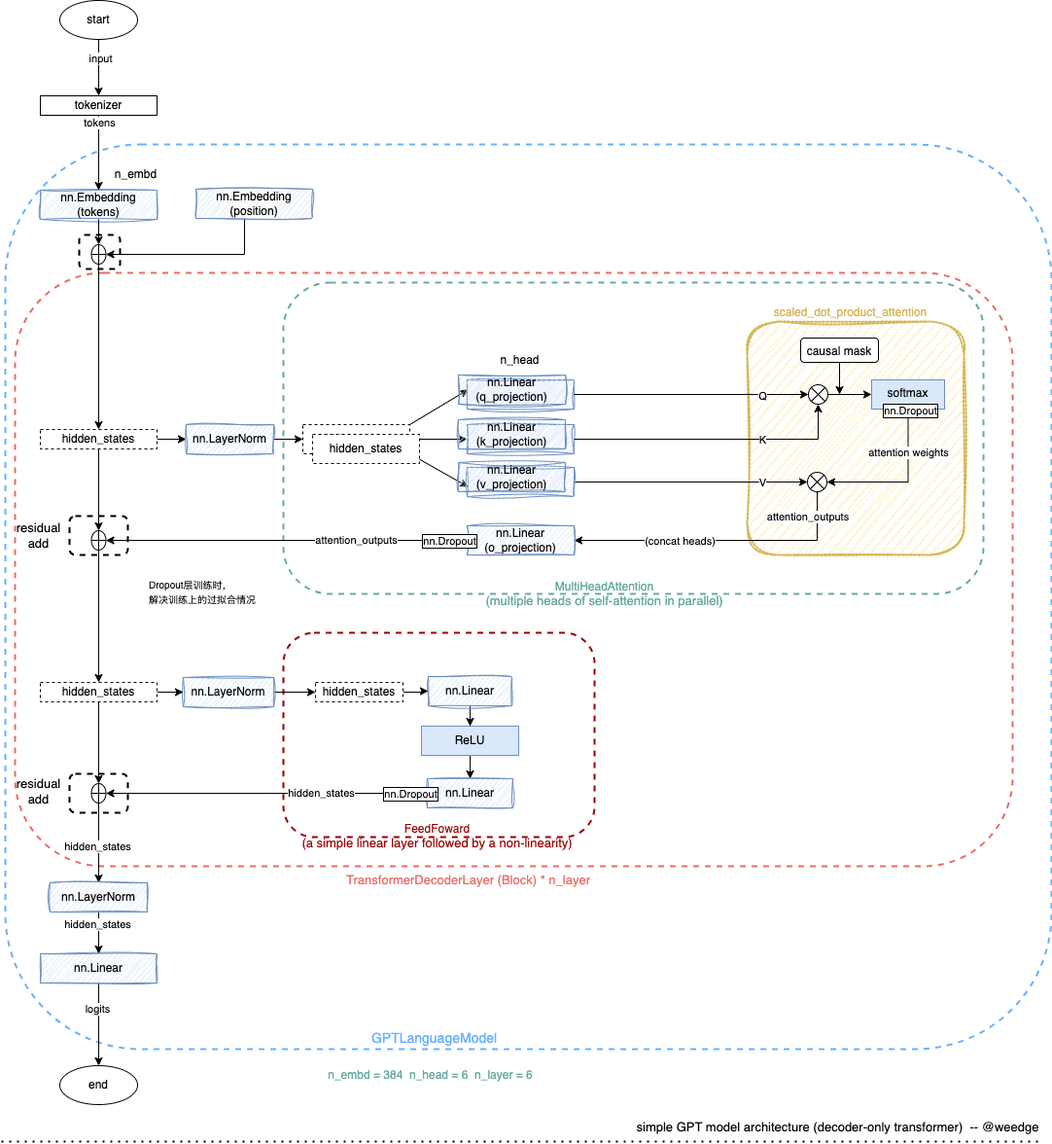
Earlier version of the draw.io export docs/simple-gpt.drawio.png (ai-bot-pro/baby-llm). Source tidied: cells renumbered, new cells last; positions are measured from the earlier drawing's top-left corner, leaving out a move shared by most shapes.
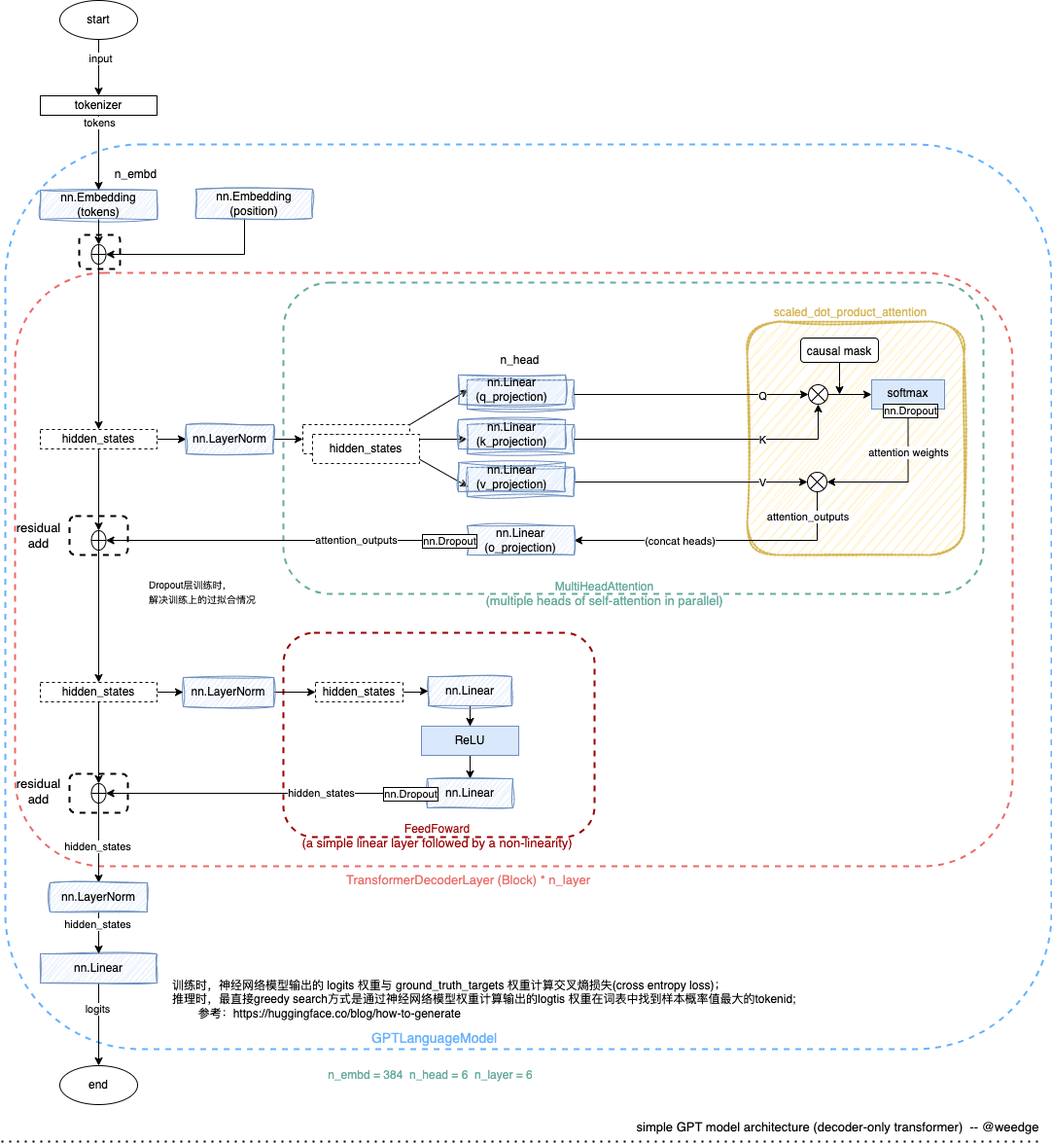
The same file after the commit.

The edit, as a diff of the source:
```diff
@@ -1,4 +1,4 @@
-<mxGraphModel background="#ffffff">
+<mxGraphModel>
   <root>
     <mxCell id="0" />
     <mxCell id="1" parent="0" />
@@ -307,6 +307,9 @@
     <mxCell id="89" value="&lt;font style=&quot;font-size: 13px;&quot;&gt;simple GPT model architecture (decoder-only transformer)&amp;nbsp; -- @weedge&lt;/font&gt;" style="text;html=1;align=center;verticalAlign=middle;strokeColor=none;fillColor=none;" parent="1" vertex="1">
       <mxGeometry x="640" y="1143" width="440" height="30" as="geometry" />
     </mxCell>
+    <mxCell id="100" value="训练时，神经网络模型输出的 logits 权重与 ground_truth_targets 权重计算交叉熵损失(cross entropy loss)；&lt;br style=&quot;border-color: var(--border-color);&quot;&gt;推理时，最直接greedy search方式是通过神经网络模型权重计算输出的logtis 权重在词表中找到样本概率值最大的tokenid;&lt;br style=&quot;border-color: var(--border-color);&quot;&gt;&lt;span style=&quot;border-color: var(--border-color);&quot;&gt;&lt;/span&gt;&lt;span style=&quot;white-space: pre;&quot;&gt;&#9;&lt;/span&gt;参考：https://huggingface.co/blog/how-to-generate" style="text;html=1;align=left;verticalAlign=middle;strokeColor=none;fillColor=none;" parent="1" vertex="1">
+      <mxGeometry x="174" y="997" width="660" height="60" as="geometry" />
+    </mxCell>
     <mxCell id="90" value="nn.Dropout" style="edgeLabel;html=1;align=center;verticalAlign=middle;fontStyle=0;labelBorderColor=default;" parent="1" vertex="1">
       <mxGeometry x="460" y="555" as="geometry" />
     </mxCell>
```
